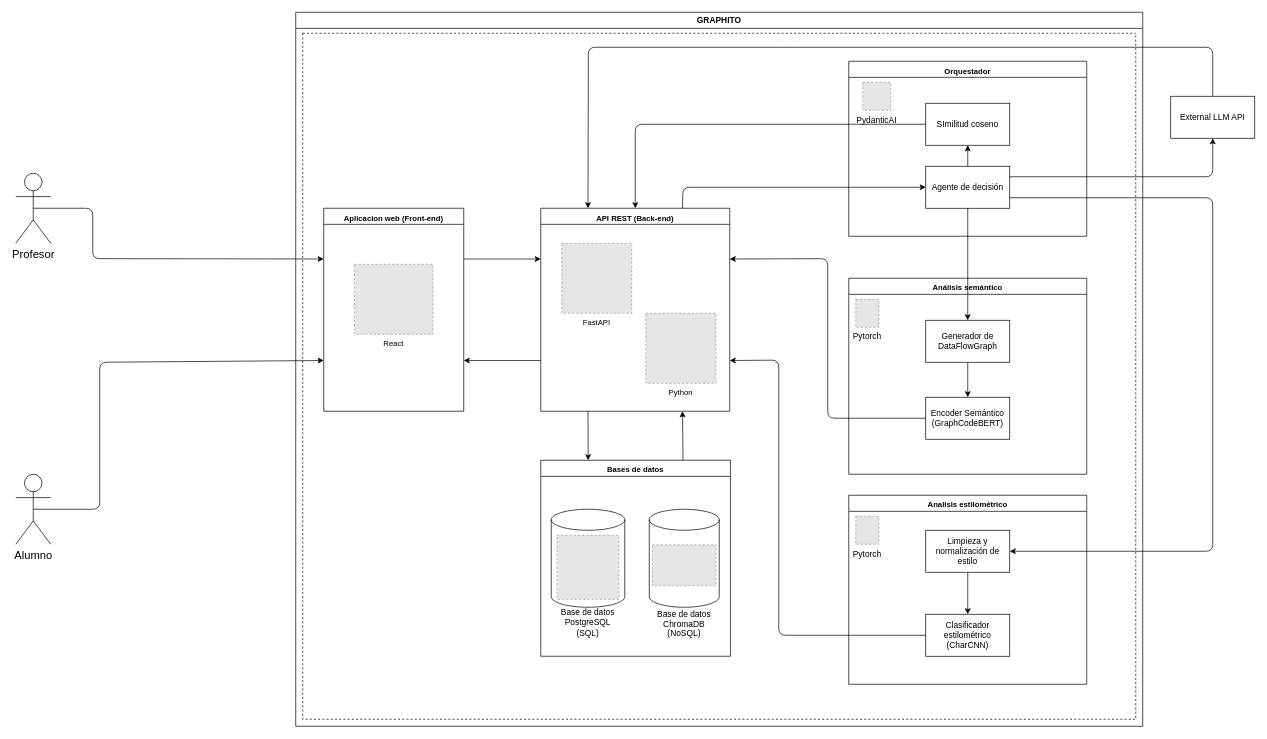
Earlier version of the draw.io diagram Documentacion/diagramas/diagrama_arquitectura/diagrama_arquitectura.drawio (SirDaarick/Graphito). Source tidied: cells renumbered, new cells numbered last; positions are measured from the earlier drawing's top-left corner, leaving out a move shared by most shapes. Both pictures are drawn from the tidied source at 70%, with x=0, y=0 at pixel (15, 12). Pictures stored in the file or linked from it are replaced by grey dashed boxes.
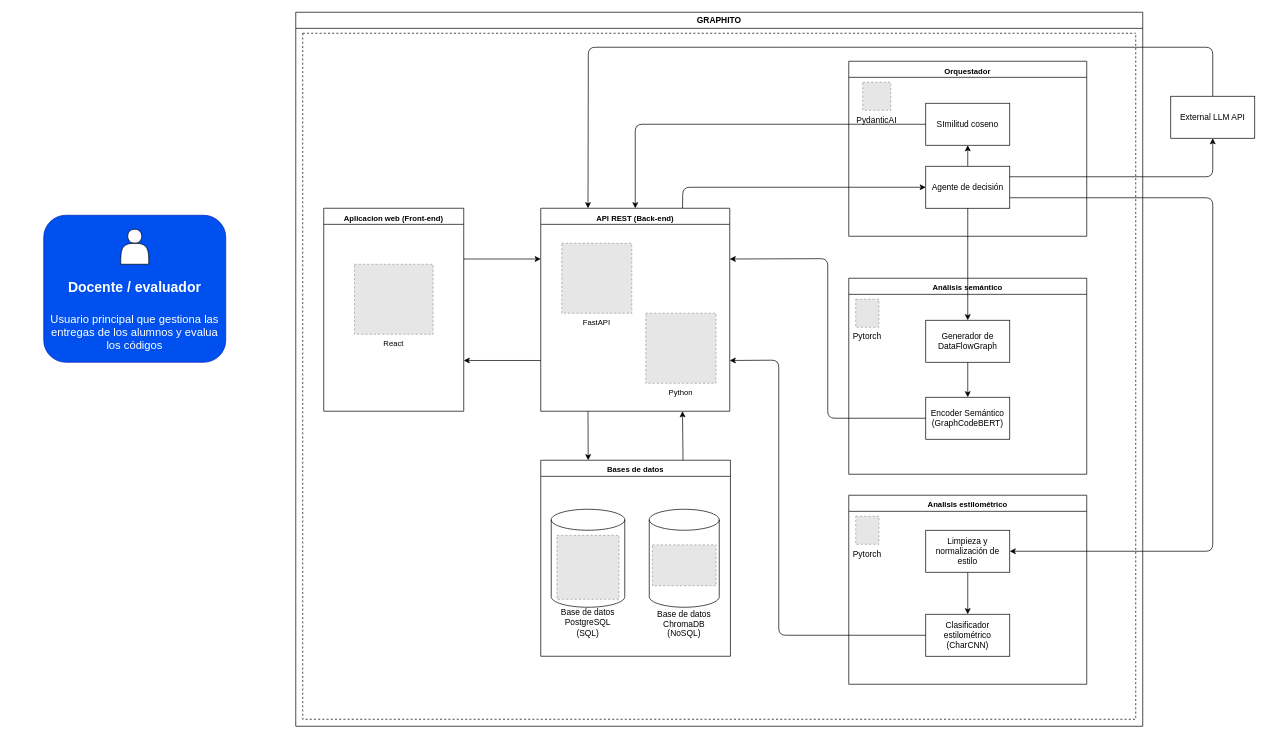
The same diagram, later.

The change refers to these unchanged cells:
```xml
<mxCell id="5" value="&lt;font style=&quot;font-size: 11px;&quot;&gt;Aplicacion web (Front-end)&lt;/font&gt;" style="swimlane;whiteSpace=wrap;html=1;fontSize=16;" parent="3" vertex="1">
  <mxGeometry x="30" y="250" width="200" height="290" as="geometry" />
</mxCell>
```

The edit, as a diff of the source:
```diff
@@
-    <mxCell id="41" style="edgeStyle=none;html=1;exitX=0.5;exitY=0.5;exitDx=0;exitDy=0;exitPerimeter=0;entryX=0;entryY=0.25;entryDx=0;entryDy=0;fontSize=12;" parent="1" edge="1" source="42" target="5">
-      <mxGeometry relative="1" as="geometry">
-        <Array as="points">
-          <mxPoint x="110" y="280" />
-          <mxPoint x="110" y="352" />
-        </Array>
-      </mxGeometry>
-    </mxCell>
-    <mxCell id="42" value="&lt;font style=&quot;font-size: 16px;&quot;&gt;Profesor&lt;/font&gt;" style="shape=umlActor;verticalLabelPosition=bottom;verticalAlign=top;html=1;outlineConnect=0;" parent="1" vertex="1">
-      <mxGeometry y="230" width="50" height="100" as="geometry" />
-    </mxCell>
-    <mxCell id="43" style="edgeStyle=none;html=1;exitX=0.5;exitY=0.5;exitDx=0;exitDy=0;exitPerimeter=0;entryX=0;entryY=0.75;entryDx=0;entryDy=0;fontSize=12;" parent="1" edge="1" source="44" target="5">
-      <mxGeometry relative="1" as="geometry">
-        <Array as="points">
-          <mxPoint x="120" y="710" />
-          <mxPoint x="120" y="500" />
-        </Array>
-      </mxGeometry>
-    </mxCell>
-    <mxCell id="44" value="&lt;font style=&quot;font-size: 16px;&quot;&gt;Alumno&lt;/font&gt;" style="shape=umlActor;verticalLabelPosition=bottom;verticalAlign=top;html=1;outlineConnect=0;" parent="1" vertex="1">
-      <mxGeometry y="660" width="50" height="100" as="geometry" />
-    </mxCell>
@@
+    <mxCell id="48" value="&lt;br&gt;&lt;br&gt;&lt;br&gt;&lt;br&gt;&lt;b style=&quot;font-size: 20px;&quot;&gt;Docente / evaluador&lt;br&gt;&lt;br&gt;&lt;/b&gt;Usuario principal que gestiona las entregas de los alumnos y evalua los códigos" style="rounded=1;whiteSpace=wrap;html=1;fontSize=16;fillColor=#0050ef;fontColor=#ffffff;strokeColor=#001DBC;" parent="1" vertex="1">
+      <mxGeometry x="40" y="290" width="260" height="210" as="geometry" />
+    </mxCell>
+    <mxCell id="49" style="shape=actor;whiteSpace=wrap;html=1;fontSize=16;fillStyle=solid;fillColor=#FFFFFF;" parent="1" vertex="1">
+      <mxGeometry x="150" y="310" width="40" height="50" as="geometry" />
+    </mxCell>
```
